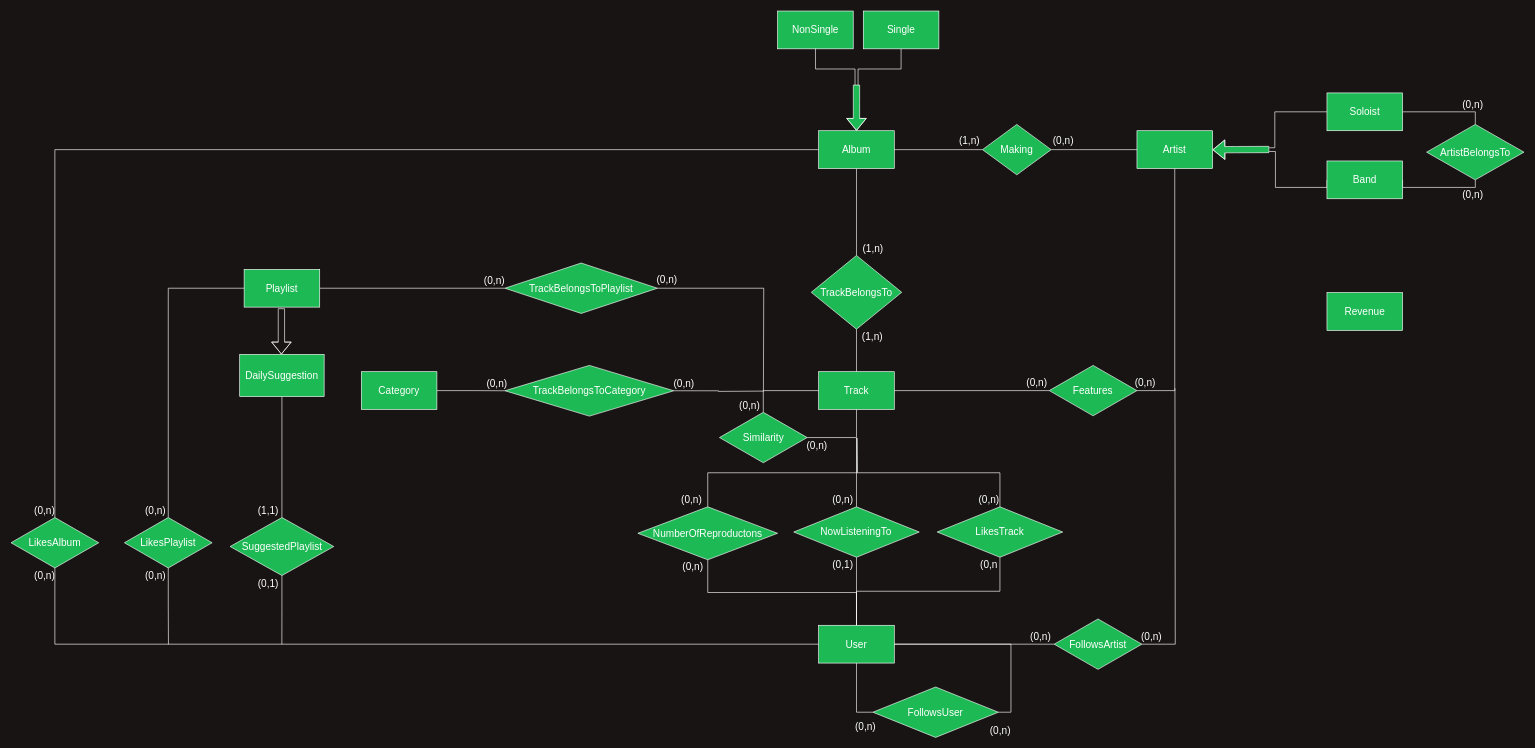
gabrycina/spotify-clone keeps this draw.io diagram as Documentazione/ER.drawio. Above is the earlier version. Source tidied: cells renumbered, new cells numbered last; positions are measured from the earlier drawing's top-left corner, leaving out a move shared by most shapes. Both pictures are drawn from the tidied source at 63%, with x=0, y=0 at pixel (11, 11).
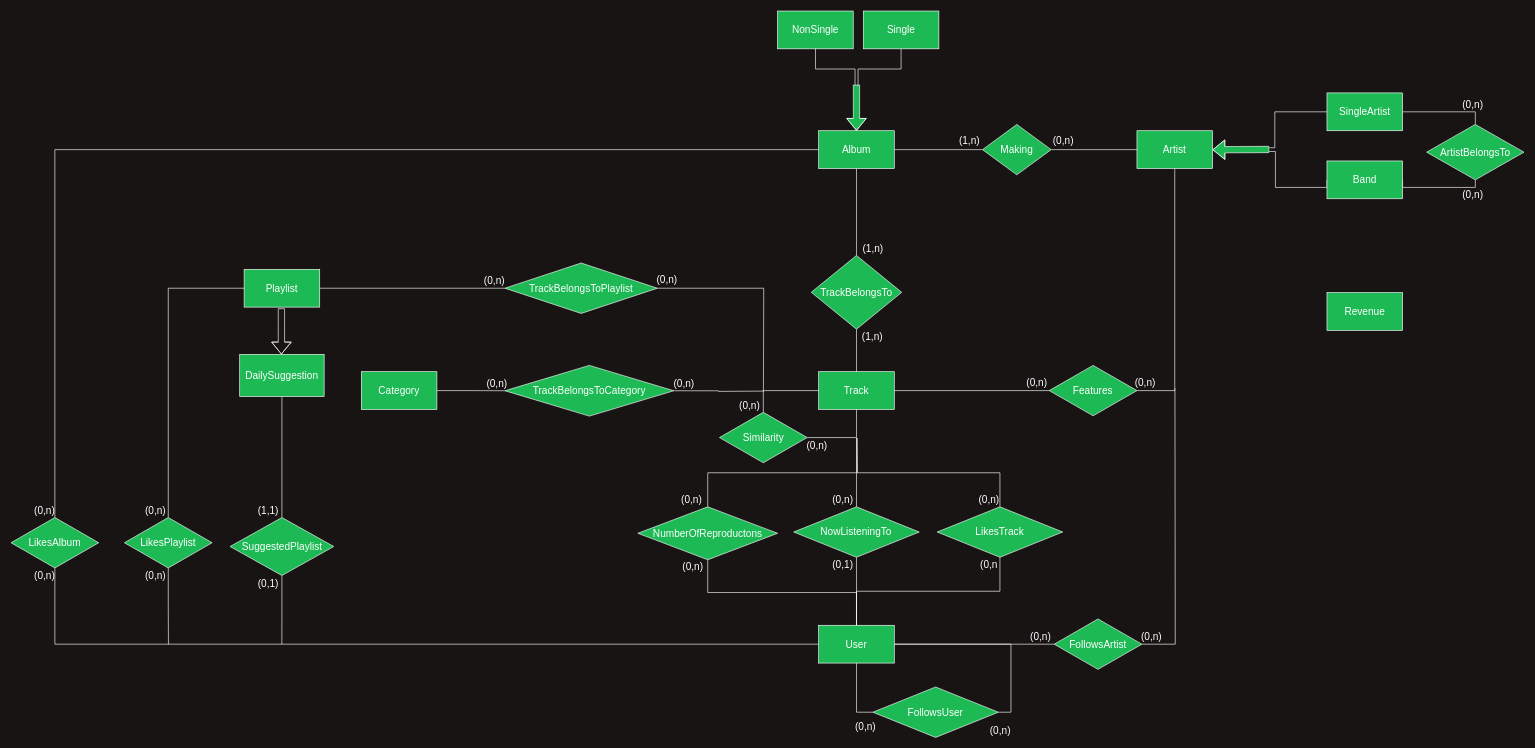
Above is the later version.

Commit message (it also covers changes not shown here):
Renaming SingleArtist and update Restructured.drawio

Change to the diagram source:
```diff
@@
-    <mxCell id="16" value="&lt;font color=&quot;#ffffff&quot; style=&quot;font-size: 16px&quot;&gt;Soloist&lt;/font&gt;" style="rounded=0;whiteSpace=wrap;html=1;shadow=0;strokeColor=#FFFFFF;fillColor=#1DB954;gradientColor=none;" parent="1" vertex="1">
+    <mxCell id="16" value="&lt;font color=&quot;#ffffff&quot; style=&quot;font-size: 16px&quot;&gt;SingleArtist&lt;/font&gt;" style="rounded=0;whiteSpace=wrap;html=1;shadow=0;strokeColor=#FFFFFF;fillColor=#1DB954;gradientColor=none;" parent="1" vertex="1">
       <mxGeometry x="2088.8" y="130" width="120" height="60" as="geometry" />
     </mxCell>
```
